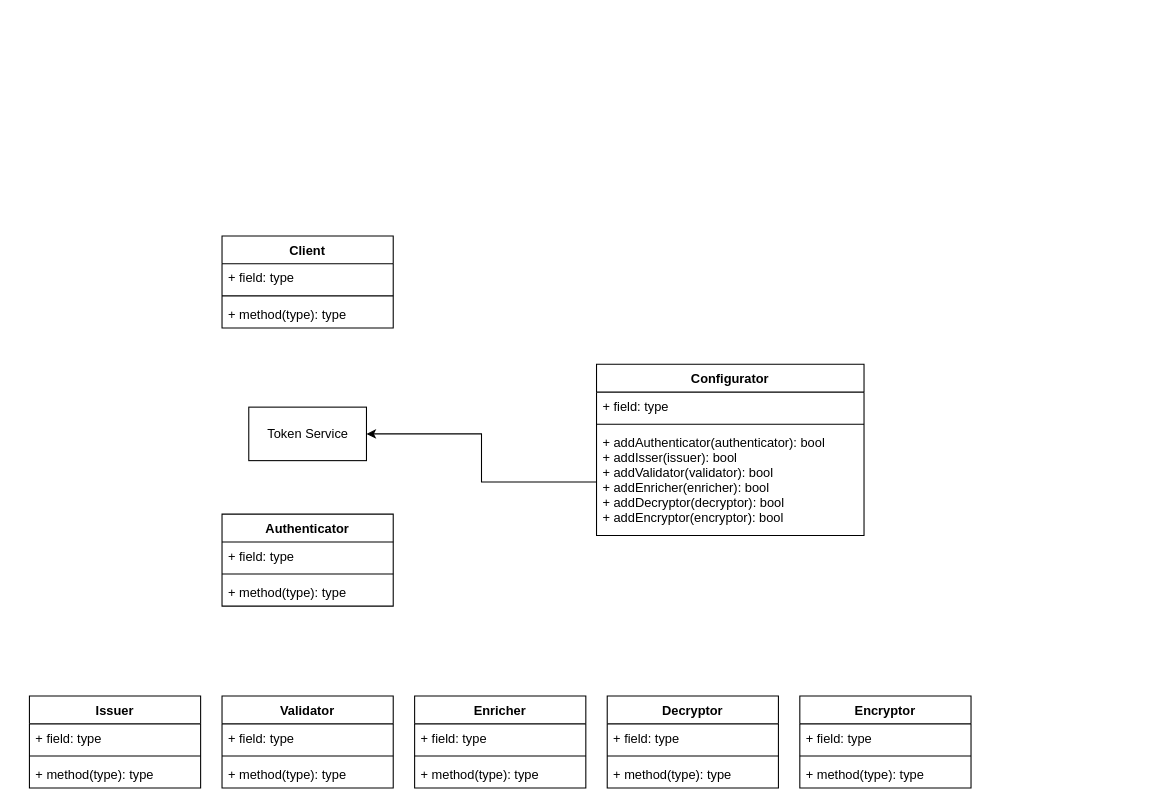
The draw.io diagram page "Classes" (3 of 4) of Secure Token Exchange.drawio in dachachacha/dotfiles, before the edit. Source tidied: cells renumbered, new cells numbered last; positions are measured from the earlier drawing's top-left corner, leaving out a move shared by most shapes. Both pictures are drawn from the tidied source at 107%, with x=0, y=0 at pixel (29, 235).
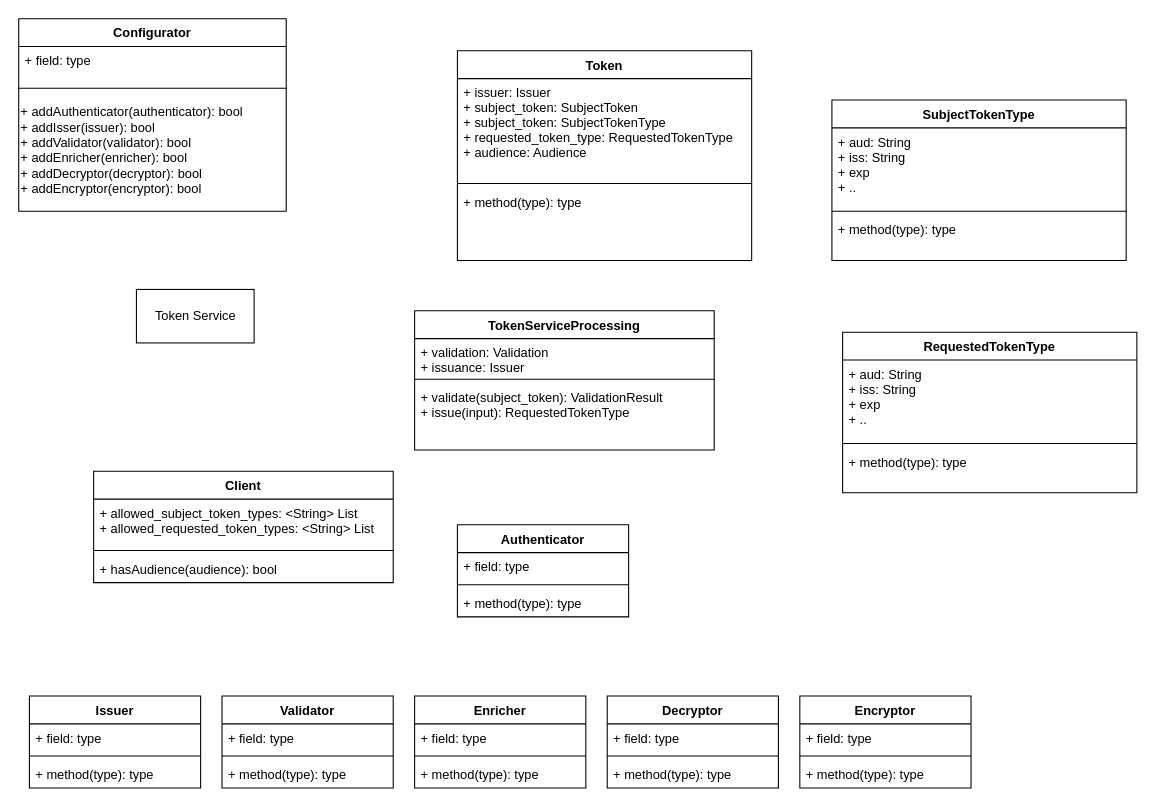
Above is the later version.

Change to the diagram source:
```diff
@@
     <mxCell id="6" value="Client" style="swimlane;fontStyle=1;align=center;verticalAlign=top;horizontal=1;startSize=26;" parent="1" vertex="1">
-      <mxGeometry x="180" width="160" height="86" as="geometry" />
+      <mxGeometry x="60" y="220" width="280" height="104" as="geometry" />
     </mxCell>
-    <mxCell id="7" value="+ field: type" style="text;strokeColor=none;fillColor=none;align=left;verticalAlign=top;spacingLeft=4;spacingRight=4;overflow=hidden;" parent="6" vertex="1">
-      <mxGeometry y="26" width="160" height="26" as="geometry" />
+    <mxCell id="7" value="+ allowed_subject_token_types: &lt;String&gt; List&#10;+ allowed_requested_token_types: &lt;String&gt; List" style="text;strokeColor=none;fillColor=none;align=left;verticalAlign=top;spacingLeft=4;spacingRight=4;overflow=hidden;" parent="6" vertex="1">
+      <mxGeometry y="26" width="280" height="44" as="geometry" />
     </mxCell>
     <mxCell id="8" style="line;strokeWidth=1;fillColor=none;align=left;verticalAlign=middle;spacingTop=-1;spacingLeft=3;spacingRight=3;labelPosition=right;" parent="6" vertex="1">
-      <mxGeometry y="52" width="160" height="8" as="geometry" />
+      <mxGeometry y="70" width="280" height="8" as="geometry" />
     </mxCell>
-    <mxCell id="9" value="+ method(type): type" style="text;strokeColor=none;fillColor=none;align=left;verticalAlign=top;spacingLeft=4;spacingRight=4;overflow=hidden;" parent="6" vertex="1">
-      <mxGeometry y="60" width="160" height="26" as="geometry" />
+    <mxCell id="9" value="+ hasAudience(audience): bool" style="text;strokeColor=none;fillColor=none;align=left;verticalAlign=top;spacingLeft=4;spacingRight=4;overflow=hidden;" parent="6" vertex="1">
+      <mxGeometry y="78" width="280" height="26" as="geometry" />
     </mxCell>
@@
     <mxCell id="14" value="Authenticator" style="swimlane;fontStyle=1;align=center;verticalAlign=top;horizontal=1;startSize=26;" parent="1" vertex="1">
-      <mxGeometry x="180" y="260" width="160" height="86" as="geometry" />
+      <mxGeometry x="400" y="270" width="160" height="86" as="geometry" />
     </mxCell>
@@
     <mxCell id="18" value="Token Service" style="html=1;" parent="1" vertex="1">
-      <mxGeometry x="205" y="160" width="110" height="50" as="geometry" />
+      <mxGeometry x="100" y="50" width="110" height="50" as="geometry" />
     </mxCell>
@@
     <mxCell id="31" value="Configurator" style="swimlane;fontStyle=1;align=center;verticalAlign=top;horizontal=1;startSize=26;" parent="1" vertex="1">
-      <mxGeometry x="530" y="120" width="250" height="160" as="geometry" />
+      <mxGeometry x="-10" y="-203" width="250" height="180" as="geometry" />
     </mxCell>
     <mxCell id="32" value="+ field: type" style="text;strokeColor=none;fillColor=none;align=left;verticalAlign=top;spacingLeft=4;spacingRight=4;overflow=hidden;" parent="31" vertex="1">
-      <mxGeometry y="26" width="250" height="26" as="geometry" />
+      <mxGeometry y="26" width="250" height="24" as="geometry" />
     </mxCell>
     <mxCell id="33" style="line;strokeWidth=1;fillColor=none;align=left;verticalAlign=middle;spacingTop=-1;spacingLeft=3;spacingRight=3;labelPosition=right;" parent="31" vertex="1">
-      <mxGeometry y="52" width="250" height="8" as="geometry" />
+      <mxGeometry y="50" width="250" height="30" as="geometry" />
     </mxCell>
-    <mxCell id="34" value="+ addAuthenticator(authenticator): bool&#10;+ addIsser(issuer): bool&#10;+ addValidator(validator): bool&#10;+ addEnricher(enricher): bool&#10;+ addDecryptor(decryptor): bool&#10;+ addEncryptor(encryptor): bool&#10;" style="text;strokeColor=none;fillColor=none;align=left;verticalAlign=top;spacingLeft=4;spacingRight=4;overflow=hidden;points=[[0,0.5],[1,0.5]];portConstraint=eastwest;" parent="31" vertex="1">
-      <mxGeometry y="60" width="250" height="100" as="geometry" />
+    <mxCell id="34" value="+ addAuthenticator(authenticator): bool&lt;br style=&quot;padding: 0px; margin: 0px;&quot;&gt;+ addIsser(issuer): bool&lt;br style=&quot;padding: 0px; margin: 0px;&quot;&gt;+ addValidator(validator): bool&lt;br style=&quot;padding: 0px; margin: 0px;&quot;&gt;+ addEnricher(enricher): bool&lt;br style=&quot;padding: 0px; margin: 0px;&quot;&gt;+ addDecryptor(decryptor): bool&lt;br style=&quot;padding: 0px; margin: 0px;&quot;&gt;+ addEncryptor(encryptor): bool&lt;div style=&quot;padding: 0px; margin: 0px;&quot;&gt;&lt;br style=&quot;padding: 0px; margin: 0px;&quot;&gt;&lt;/div&gt;" style="text;html=1;align=left;verticalAlign=middle;points=[];strokeColor=none;fillColor=none;" parent="31" vertex="1">
+      <mxGeometry y="80" width="250" height="100" as="geometry" />
     </mxCell>
-    <mxCell id="35" style="edgeStyle=orthogonalEdgeStyle;rounded=0;jettySize=auto;html=1;entryX=1;entryY=0.5;entryDx=0;entryDy=0;" parent="1" edge="1" source="34" target="18">
-      <mxGeometry relative="1" as="geometry" />
-    </mxCell>
+    <mxCell id="36" value="Token" style="swimlane;fontStyle=1;align=center;verticalAlign=top;horizontal=1;startSize=26;" parent="1" vertex="1">
+      <mxGeometry x="400" y="-173" width="275" height="196" as="geometry" />
+    </mxCell>
+    <mxCell id="37" value="+ issuer: Issuer&#10;+ subject_token: SubjectToken&#10;+ subject_token: SubjectTokenType&#10;+ requested_token_type: RequestedTokenType&#10;+ audience: Audience&#10;" style="text;strokeColor=none;fillColor=none;align=left;verticalAlign=top;spacingLeft=4;spacingRight=4;overflow=hidden;" parent="36" vertex="1">
+      <mxGeometry y="26" width="275" height="94" as="geometry" />
+    </mxCell>
+    <mxCell id="38" style="line;strokeWidth=1;fillColor=none;align=left;verticalAlign=middle;spacingTop=-1;spacingLeft=3;spacingRight=3;labelPosition=right;" parent="36" vertex="1">
+      <mxGeometry y="120" width="275" height="8" as="geometry" />
+    </mxCell>
+    <mxCell id="39" value="+ method(type): type" style="text;strokeColor=none;fillColor=none;align=left;verticalAlign=top;spacingLeft=4;spacingRight=4;overflow=hidden;direction=west;" parent="36" vertex="1">
+      <mxGeometry y="128" width="275" height="68" as="geometry" />
+    </mxCell>
+    <mxCell id="40" value="SubjectTokenType" style="swimlane;fontStyle=1;align=center;verticalAlign=top;horizontal=1;startSize=26;" parent="1" vertex="1">
+      <mxGeometry x="750" y="-127" width="275" height="150" as="geometry" />
+    </mxCell>
+    <mxCell id="41" value="+ aud: String&#10;+ iss: String&#10;+ exp&#10;+ .." style="text;strokeColor=none;fillColor=none;align=left;verticalAlign=top;spacingLeft=4;spacingRight=4;overflow=hidden;" parent="40" vertex="1">
+      <mxGeometry y="26" width="275" height="74" as="geometry" />
+    </mxCell>
+    <mxCell id="42" style="line;strokeWidth=1;fillColor=none;align=left;verticalAlign=middle;spacingTop=-1;spacingLeft=3;spacingRight=3;labelPosition=right;" parent="40" vertex="1">
+      <mxGeometry y="100" width="275" height="8" as="geometry" />
+    </mxCell>
+    <mxCell id="43" value="+ method(type): type" style="text;strokeColor=none;fillColor=none;align=left;verticalAlign=top;spacingLeft=4;spacingRight=4;overflow=hidden;direction=west;" parent="40" vertex="1">
+      <mxGeometry y="108" width="275" height="42" as="geometry" />
+    </mxCell>
+    <mxCell id="44" value="TokenServiceProcessing" style="swimlane;fontStyle=1;align=center;verticalAlign=top;horizontal=1;startSize=26;" parent="1" vertex="1">
+      <mxGeometry x="360" y="70" width="280" height="130" as="geometry" />
+    </mxCell>
+    <mxCell id="45" value="+ validation: Validation&#10;+ issuance: Issuer" style="text;strokeColor=none;fillColor=none;align=left;verticalAlign=top;spacingLeft=4;spacingRight=4;overflow=hidden;" parent="44" vertex="1">
+      <mxGeometry y="26" width="280" height="34" as="geometry" />
+    </mxCell>
+    <mxCell id="46" style="line;strokeWidth=1;fillColor=none;align=left;verticalAlign=middle;spacingTop=-1;spacingLeft=3;spacingRight=3;labelPosition=right;" parent="44" vertex="1">
+      <mxGeometry y="60" width="280" height="8" as="geometry" />
+    </mxCell>
+    <mxCell id="47" value="+ validate(subject_token): ValidationResult&#10;+ issue(input): RequestedTokenType" style="text;strokeColor=none;fillColor=none;align=left;verticalAlign=top;spacingLeft=4;spacingRight=4;overflow=hidden;" parent="44" vertex="1">
+      <mxGeometry y="68" width="280" height="62" as="geometry" />
+    </mxCell>
+    <mxCell id="48" value="RequestedTokenType" style="swimlane;fontStyle=1;align=center;verticalAlign=top;horizontal=1;startSize=26;" parent="1" vertex="1">
+      <mxGeometry x="760" y="90" width="275" height="150" as="geometry" />
+    </mxCell>
+    <mxCell id="49" value="+ aud: String&#10;+ iss: String&#10;+ exp&#10;+ .." style="text;strokeColor=none;fillColor=none;align=left;verticalAlign=top;spacingLeft=4;spacingRight=4;overflow=hidden;" parent="48" vertex="1">
+      <mxGeometry y="26" width="275" height="74" as="geometry" />
+    </mxCell>
+    <mxCell id="50" style="line;strokeWidth=1;fillColor=none;align=left;verticalAlign=middle;spacingTop=-1;spacingLeft=3;spacingRight=3;labelPosition=right;" parent="48" vertex="1">
+      <mxGeometry y="100" width="275" height="8" as="geometry" />
+    </mxCell>
+    <mxCell id="51" value="+ method(type): type" style="text;strokeColor=none;fillColor=none;align=left;verticalAlign=top;spacingLeft=4;spacingRight=4;overflow=hidden;direction=west;" parent="48" vertex="1">
+      <mxGeometry y="108" width="275" height="42" as="geometry" />
+    </mxCell>
```
